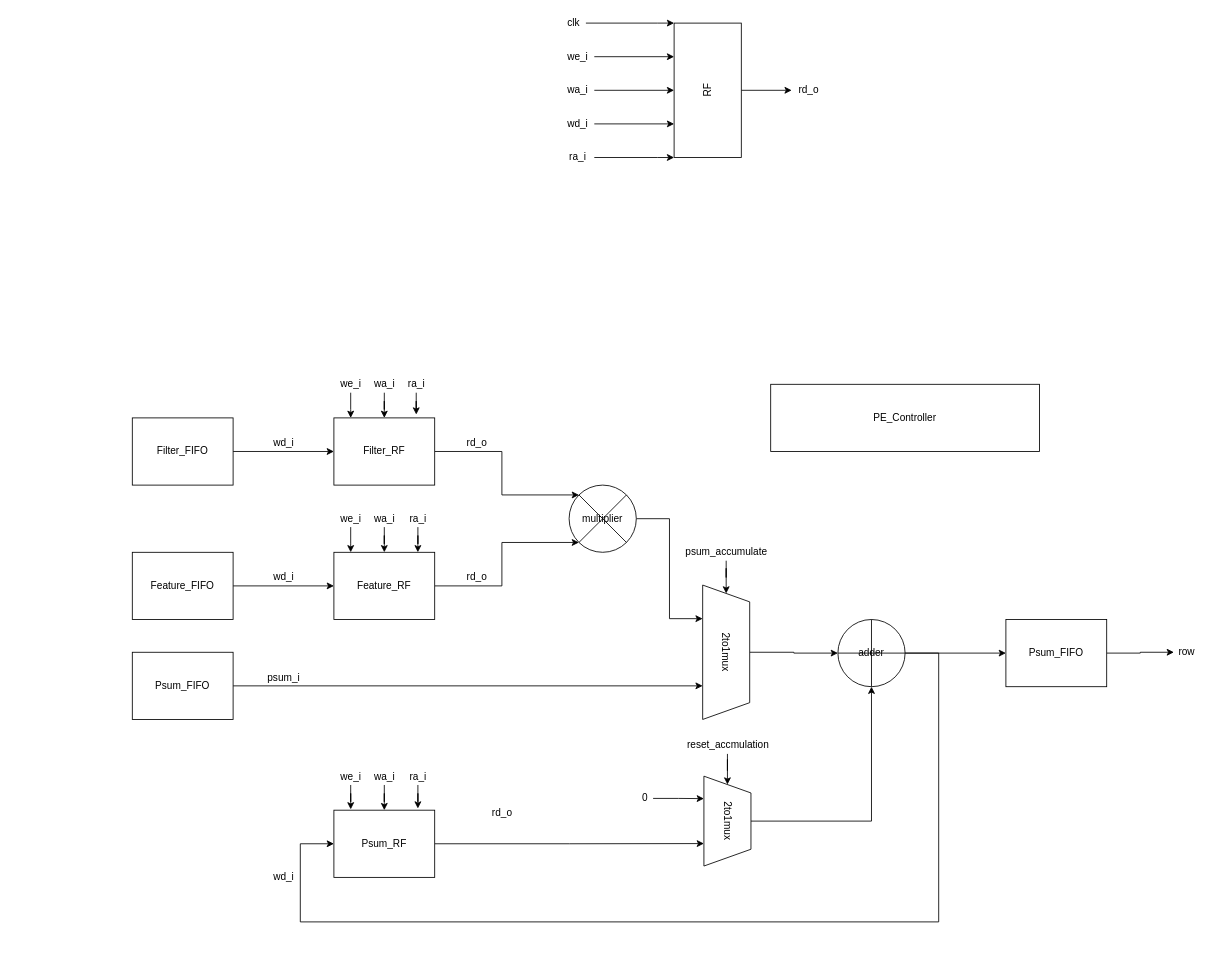
This is DOC/BLOCK_DIAGRAM/PE.drawio from gju06051/TPU_HW_Verilog, a draw.io file, before an edit. Source tidied: cells renumbered, new cells numbered last; positions are measured from the earlier drawing's top-left corner, leaving out a move shared by most shapes. Both pictures are drawn from the tidied source at 84%, with x=0, y=0 at pixel (132, 14).
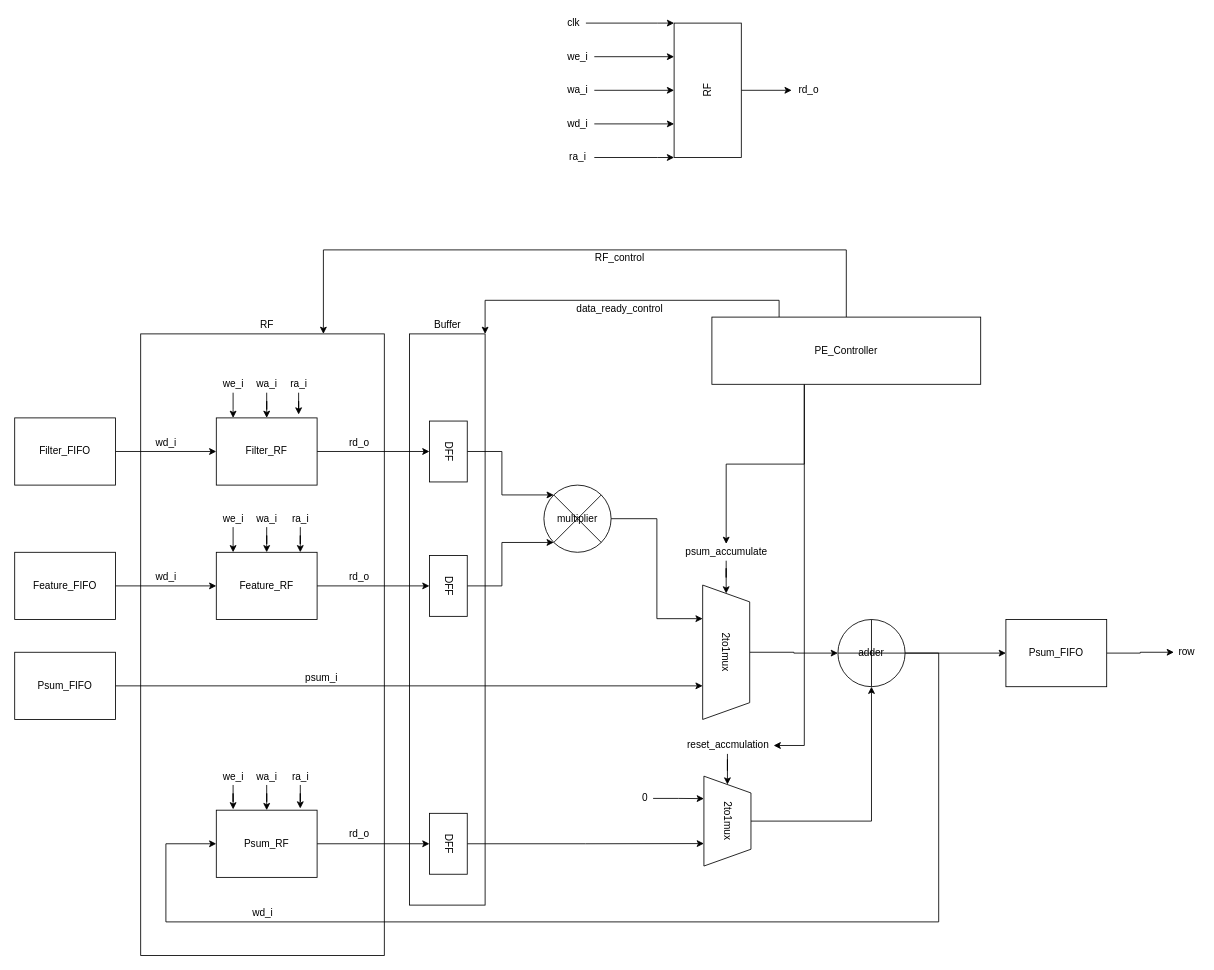
Above is the later version.

Unchanged cells that the change refers to:
```xml
<mxCell id="8" value="adder" style="shape=orEllipse;perimeter=ellipsePerimeter;whiteSpace=wrap;html=1;backgroundOutline=1;" parent="1" vertex="1">
  <mxGeometry x="840" y="720" width="80" height="80" as="geometry" />
</mxCell>
<mxCell id="62" value="psum_accumulate" style="text;html=1;align=center;verticalAlign=middle;points=[];strokeColor=none;fillColor=none;" parent="1" vertex="1">
  <mxGeometry x="652" y="630" width="110" height="20" as="geometry" />
</mxCell>
<mxCell id="65" value="2to1mux" style="shape=trapezoid;perimeter=trapezoidPerimeter;whiteSpace=wrap;html=1;fixedSize=1;rotation=90;" parent="1" vertex="1">
  <mxGeometry x="655" y="932" width="107" height="56" as="geometry" />
</mxCell>
<mxCell id="69" value="reset_accmulation" style="text;html=1;align=center;verticalAlign=middle;points=[];strokeColor=none;fillColor=none;" parent="1" vertex="1">
  <mxGeometry x="653.5" y="860" width="110" height="20" as="geometry" />
</mxCell>
```

Diff of the diagram source:
```diff
@@
-    <mxCell id="2" style="edgeStyle=orthogonalEdgeStyle;rounded=0;jettySize=auto;html=1;entryX=0;entryY=0;entryDx=0;entryDy=0;" parent="1" edge="1" source="3" target="5">
-      <mxGeometry relative="1" as="geometry" />
-    </mxCell>
+    <mxCell id="71" style="rounded=0;whiteSpace=wrap;html=1;" parent="1" vertex="1">
+      <mxGeometry x="330" y="380" width="90" height="680" as="geometry" />
+    </mxCell>
+    <mxCell id="72" style="rounded=0;whiteSpace=wrap;html=1;" parent="1" vertex="1">
+      <mxGeometry x="10" y="380" width="290" height="740" as="geometry" />
+    </mxCell>
+    <mxCell id="73" style="edgeStyle=orthogonalEdgeStyle;rounded=0;jettySize=auto;html=1;entryX=0.5;entryY=1;entryDx=0;entryDy=0;" parent="1" edge="1" source="3" target="81">
+      <mxGeometry relative="1" as="geometry" />
+    </mxCell>
     <mxCell id="3" value="Filter_RF" style="rounded=0;whiteSpace=wrap;html=1;" parent="1" vertex="1">
-      <mxGeometry x="240" y="480" width="120" height="80" as="geometry" />
+      <mxGeometry x="100" y="480" width="120" height="80" as="geometry" />
     </mxCell>
@@
     <mxCell id="5" value="multiplier" style="shape=sumEllipse;perimeter=ellipsePerimeter;whiteSpace=wrap;html=1;backgroundOutline=1;" parent="1" vertex="1">
-      <mxGeometry x="520" y="560" width="80" height="80" as="geometry" />
+      <mxGeometry x="490" y="560" width="80" height="80" as="geometry" />
     </mxCell>
@@
     <mxCell id="7" style="edgeStyle=orthogonalEdgeStyle;rounded=0;jettySize=auto;html=1;entryX=0;entryY=0.5;entryDx=0;entryDy=0;" parent="1" edge="1" source="8" target="12">
       <mxGeometry relative="1" as="geometry">
         <Array as="points">
           <mxPoint x="960" y="760" />
           <mxPoint x="960" y="1080" />
-          <mxPoint x="200" y="1080" />
-          <mxPoint x="200" y="987" />
+          <mxPoint x="40" y="1080" />
+          <mxPoint x="40" y="987" />
         </Array>
       </mxGeometry>
     </mxCell>
@@
-    <mxCell id="9" style="edgeStyle=orthogonalEdgeStyle;rounded=0;jettySize=auto;html=1;entryX=0;entryY=1;entryDx=0;entryDy=0;" parent="1" edge="1" source="10" target="5">
-      <mxGeometry relative="1" as="geometry" />
-    </mxCell>
+    <mxCell id="74" style="edgeStyle=orthogonalEdgeStyle;rounded=0;jettySize=auto;html=1;entryX=0.5;entryY=1;entryDx=0;entryDy=0;" parent="1" edge="1" source="10" target="83">
+      <mxGeometry relative="1" as="geometry" />
+    </mxCell>
     <mxCell id="10" value="Feature_RF" style="rounded=0;whiteSpace=wrap;html=1;" parent="1" vertex="1">
-      <mxGeometry x="240" y="640" width="120" height="80" as="geometry" />
+      <mxGeometry x="100" y="640" width="120" height="80" as="geometry" />
     </mxCell>
-    <mxCell id="11" style="edgeStyle=orthogonalEdgeStyle;rounded=0;jettySize=auto;html=1;entryX=0.75;entryY=1;entryDx=0;entryDy=0;" parent="1" edge="1" source="12" target="65">
-      <mxGeometry relative="1" as="geometry" />
-    </mxCell>
+    <mxCell id="75" style="edgeStyle=orthogonalEdgeStyle;rounded=0;jettySize=auto;html=1;entryX=0.5;entryY=1;entryDx=0;entryDy=0;" parent="1" edge="1" source="12" target="85">
+      <mxGeometry relative="1" as="geometry" />
+    </mxCell>
     <mxCell id="12" value="Psum_RF" style="rounded=0;whiteSpace=wrap;html=1;" parent="1" vertex="1">
-      <mxGeometry x="240" y="947" width="120" height="80" as="geometry" />
+      <mxGeometry x="100" y="947" width="120" height="80" as="geometry" />
     </mxCell>
@@
     <mxCell id="16" value="Feature_FIFO" style="rounded=0;whiteSpace=wrap;html=1;" parent="1" vertex="1">
-      <mxGeometry y="640" width="120" height="80" as="geometry" />
+      <mxGeometry x="-140" y="640" width="120" height="80" as="geometry" />
     </mxCell>
@@
     <mxCell id="18" value="Filter_FIFO" style="rounded=0;whiteSpace=wrap;html=1;" parent="1" vertex="1">
-      <mxGeometry y="480" width="120" height="80" as="geometry" />
+      <mxGeometry x="-140" y="480" width="120" height="80" as="geometry" />
     </mxCell>
@@
     <mxCell id="32" value="wd_i" style="text;html=1;align=center;verticalAlign=middle;strokeColor=none;fillColor=none;" parent="1" vertex="1">
-      <mxGeometry x="160" y="500" width="40" height="20" as="geometry" />
+      <mxGeometry x="20" y="500" width="40" height="20" as="geometry" />
     </mxCell>
     <mxCell id="33" value="wd_i" style="text;html=1;align=center;verticalAlign=middle;strokeColor=none;fillColor=none;" parent="1" vertex="1">
-      <mxGeometry x="160" y="660" width="40" height="20" as="geometry" />
+      <mxGeometry x="20" y="660" width="40" height="20" as="geometry" />
     </mxCell>
     <mxCell id="34" style="edgeStyle=orthogonalEdgeStyle;rounded=0;jettySize=auto;html=1;entryX=0.5;entryY=0;entryDx=0;entryDy=0;" parent="1" edge="1" source="35">
       <mxGeometry relative="1" as="geometry">
-        <mxPoint x="260" y="480" as="targetPoint" />
+        <mxPoint x="120" y="480" as="targetPoint" />
       </mxGeometry>
     </mxCell>
     <mxCell id="35" value="we_i" style="text;html=1;align=center;verticalAlign=middle;points=[];strokeColor=none;fillColor=none;" parent="1" vertex="1">
-      <mxGeometry x="240" y="430" width="40" height="20" as="geometry" />
+      <mxGeometry x="100" y="430" width="40" height="20" as="geometry" />
     </mxCell>
     <mxCell id="36" style="edgeStyle=orthogonalEdgeStyle;rounded=0;jettySize=auto;html=1;entryX=0.5;entryY=0;entryDx=0;entryDy=0;" parent="1" edge="1" source="37">
       <mxGeometry relative="1" as="geometry">
-        <mxPoint x="260" y="640" as="targetPoint" />
+        <mxPoint x="120" y="640" as="targetPoint" />
       </mxGeometry>
     </mxCell>
     <mxCell id="37" value="we_i" style="text;html=1;align=center;verticalAlign=middle;points=[];strokeColor=none;fillColor=none;" parent="1" vertex="1">
-      <mxGeometry x="240" y="590" width="40" height="20" as="geometry" />
+      <mxGeometry x="100" y="590" width="40" height="20" as="geometry" />
     </mxCell>
@@
     <mxCell id="39" value="wa_i" style="text;html=1;align=center;verticalAlign=middle;points=[];strokeColor=none;fillColor=none;" parent="1" vertex="1">
-      <mxGeometry x="280" y="430" width="40" height="20" as="geometry" />
+      <mxGeometry x="140" y="430" width="40" height="20" as="geometry" />
     </mxCell>
@@
     <mxCell id="41" value="ra_i" style="text;html=1;align=center;verticalAlign=middle;points=[];strokeColor=none;fillColor=none;" parent="1" vertex="1">
-      <mxGeometry x="318" y="430" width="40" height="20" as="geometry" />
+      <mxGeometry x="178" y="430" width="40" height="20" as="geometry" />
     </mxCell>
@@
     <mxCell id="43" value="wa_i" style="text;html=1;align=center;verticalAlign=middle;points=[];strokeColor=none;fillColor=none;" parent="1" vertex="1">
-      <mxGeometry x="280" y="590" width="40" height="20" as="geometry" />
+      <mxGeometry x="140" y="590" width="40" height="20" as="geometry" />
     </mxCell>
@@
     <mxCell id="45" value="ra_i" style="text;html=1;align=center;verticalAlign=middle;points=[];strokeColor=none;fillColor=none;" parent="1" vertex="1">
-      <mxGeometry x="320" y="590" width="40" height="20" as="geometry" />
+      <mxGeometry x="180" y="590" width="40" height="20" as="geometry" />
     </mxCell>
     <mxCell id="46" value="wd_i" style="text;html=1;align=center;verticalAlign=middle;strokeColor=none;fillColor=none;" parent="1" vertex="1">
-      <mxGeometry x="160" y="1017" width="40" height="20" as="geometry" />
+      <mxGeometry x="135" y="1060" width="40" height="20" as="geometry" />
     </mxCell>
@@
     <mxCell id="48" value="we_i" style="text;html=1;align=center;verticalAlign=middle;points=[];strokeColor=none;fillColor=none;" parent="1" vertex="1">
-      <mxGeometry x="240" y="897" width="40" height="20" as="geometry" />
+      <mxGeometry x="100" y="897" width="40" height="20" as="geometry" />
     </mxCell>
@@
     <mxCell id="50" value="wa_i" style="text;html=1;align=center;verticalAlign=middle;points=[];strokeColor=none;fillColor=none;" parent="1" vertex="1">
-      <mxGeometry x="280" y="897" width="40" height="20" as="geometry" />
+      <mxGeometry x="140" y="897" width="40" height="20" as="geometry" />
     </mxCell>
@@
     <mxCell id="52" value="ra_i" style="text;html=1;align=center;verticalAlign=middle;points=[];strokeColor=none;fillColor=none;" parent="1" vertex="1">
-      <mxGeometry x="320" y="897" width="40" height="20" as="geometry" />
+      <mxGeometry x="180" y="897" width="40" height="20" as="geometry" />
     </mxCell>
     <mxCell id="53" value="rd_o" style="text;html=1;align=center;verticalAlign=middle;strokeColor=none;fillColor=none;" parent="1" vertex="1">
-      <mxGeometry x="390" y="500" width="40" height="20" as="geometry" />
+      <mxGeometry x="250" y="500" width="40" height="20" as="geometry" />
     </mxCell>
     <mxCell id="54" value="rd_o" style="text;html=1;align=center;verticalAlign=middle;strokeColor=none;fillColor=none;" parent="1" vertex="1">
-      <mxGeometry x="390" y="660" width="40" height="20" as="geometry" />
+      <mxGeometry x="250" y="660" width="40" height="20" as="geometry" />
     </mxCell>
     <mxCell id="55" value="rd_o" style="text;html=1;align=center;verticalAlign=middle;strokeColor=none;fillColor=none;" parent="1" vertex="1">
-      <mxGeometry x="420" y="940" width="40" height="20" as="geometry" />
+      <mxGeometry x="250" y="964.5" width="40" height="20" as="geometry" />
     </mxCell>
@@
     <mxCell id="58" value="Psum_FIFO" style="rounded=0;whiteSpace=wrap;html=1;" parent="1" vertex="1">
-      <mxGeometry y="759" width="120" height="80" as="geometry" />
+      <mxGeometry x="-140" y="759" width="120" height="80" as="geometry" />
     </mxCell>
@@
+    <mxCell id="76" style="edgeStyle=orthogonalEdgeStyle;rounded=0;jettySize=auto;html=1;entryX=0.75;entryY=0;entryDx=0;entryDy=0;" parent="1" edge="1" source="63" target="72">
+      <mxGeometry relative="1" as="geometry">
+        <Array as="points">
+          <mxPoint x="850" y="280" />
+          <mxPoint x="228" y="280" />
+        </Array>
+      </mxGeometry>
+    </mxCell>
+    <mxCell id="77" style="edgeStyle=orthogonalEdgeStyle;rounded=0;jettySize=auto;html=1;exitX=0.25;exitY=0;exitDx=0;exitDy=0;entryX=1;entryY=0;entryDx=0;entryDy=0;" parent="1" edge="1" source="63" target="71">
+      <mxGeometry relative="1" as="geometry" />
+    </mxCell>
+    <mxCell id="78" style="edgeStyle=orthogonalEdgeStyle;rounded=0;jettySize=auto;html=1;" parent="1" edge="1" source="63" target="62">
+      <mxGeometry relative="1" as="geometry">
+        <Array as="points">
+          <mxPoint x="800" y="535" />
+          <mxPoint x="707" y="535" />
+        </Array>
+      </mxGeometry>
+    </mxCell>
+    <mxCell id="79" style="edgeStyle=orthogonalEdgeStyle;rounded=0;jettySize=auto;html=1;" parent="1" edge="1" source="63" target="69">
+      <mxGeometry relative="1" as="geometry">
+        <Array as="points">
+          <mxPoint x="800" y="870" />
+        </Array>
+      </mxGeometry>
+    </mxCell>
     <mxCell id="63" value="PE_Controller" style="rounded=0;whiteSpace=wrap;html=1;" parent="1" vertex="1">
-      <mxGeometry x="760" y="440" width="320" height="80" as="geometry" />
+      <mxGeometry x="690" y="360" width="320" height="80" as="geometry" />
     </mxCell>
@@
     <mxCell id="70" value="psum_i" style="text;html=1;align=center;verticalAlign=middle;strokeColor=none;fillColor=none;" parent="1" vertex="1">
-      <mxGeometry x="155" y="780" width="50" height="20" as="geometry" />
+      <mxGeometry x="200" y="780" width="50" height="20" as="geometry" />
     </mxCell>
+    <mxCell id="80" style="edgeStyle=orthogonalEdgeStyle;rounded=0;jettySize=auto;html=1;entryX=0;entryY=0;entryDx=0;entryDy=0;" parent="1" edge="1" source="81" target="5">
+      <mxGeometry relative="1" as="geometry">
+        <Array as="points">
+          <mxPoint x="440" y="520" />
+          <mxPoint x="440" y="572" />
+        </Array>
+      </mxGeometry>
+    </mxCell>
+    <mxCell id="81" value="DFF" style="rounded=0;whiteSpace=wrap;html=1;rotation=90;" parent="1" vertex="1">
+      <mxGeometry x="340" y="497.5" width="72.5" height="45" as="geometry" />
+    </mxCell>
+    <mxCell id="82" style="edgeStyle=orthogonalEdgeStyle;rounded=0;jettySize=auto;html=1;entryX=0;entryY=1;entryDx=0;entryDy=0;" parent="1" edge="1" source="83" target="5">
+      <mxGeometry relative="1" as="geometry">
+        <Array as="points">
+          <mxPoint x="440" y="680" />
+          <mxPoint x="440" y="628" />
+        </Array>
+      </mxGeometry>
+    </mxCell>
+    <mxCell id="83" value="DFF" style="rounded=0;whiteSpace=wrap;html=1;rotation=90;" parent="1" vertex="1">
+      <mxGeometry x="340" y="657.5" width="72.5" height="45" as="geometry" />
+    </mxCell>
+    <mxCell id="84" style="edgeStyle=orthogonalEdgeStyle;rounded=0;jettySize=auto;html=1;entryX=0.75;entryY=1;entryDx=0;entryDy=0;" parent="1" edge="1" source="85" target="65">
+      <mxGeometry relative="1" as="geometry" />
+    </mxCell>
+    <mxCell id="85" value="DFF" style="rounded=0;whiteSpace=wrap;html=1;rotation=90;" parent="1" vertex="1">
+      <mxGeometry x="340" y="964.5" width="72.5" height="45" as="geometry" />
+    </mxCell>
+    <mxCell id="86" value="RF" style="text;html=1;align=center;verticalAlign=middle;strokeColor=none;fillColor=none;" parent="1" vertex="1">
+      <mxGeometry x="145" y="360" width="30" height="20" as="geometry" />
+    </mxCell>
+    <mxCell id="87" value="Buffer" style="text;html=1;align=center;verticalAlign=middle;strokeColor=none;fillColor=none;" parent="1" vertex="1">
+      <mxGeometry x="350" y="360" width="50" height="20" as="geometry" />
+    </mxCell>
+    <mxCell id="88" value="data_ready_control" style="text;html=1;align=center;verticalAlign=middle;strokeColor=none;fillColor=none;" parent="1" vertex="1">
+      <mxGeometry x="520" y="340" width="120" height="20" as="geometry" />
+    </mxCell>
+    <mxCell id="89" value="RF_control" style="text;html=1;align=center;verticalAlign=middle;strokeColor=none;fillColor=none;" parent="1" vertex="1">
+      <mxGeometry x="545" y="280" width="70" height="20" as="geometry" />
+    </mxCell>
```
